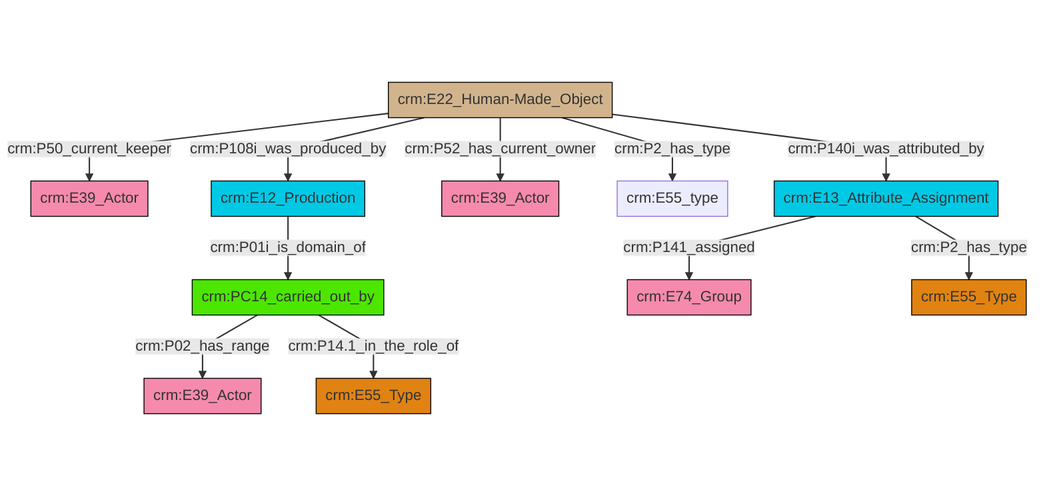
Before: et/artworkCSV/ttl/mmd/png/Artwork_Actor_Relations.png, a diagram exported from Mermaid (ncarboni/srdm). Its source is kept beside it as et/artworkCSV/ttl/mmd/Artwork_Actor_Relations.ttl.mmd. Its diagram source:
```mermaid
graph TD
classDef Literal fill:#f2f2f2,stroke:#000000;
classDef CRM_Entity fill:#FFFFFF,stroke:#000000;
classDef Temporal_Entity fill:#00C9E6, stroke:#000000;
classDef Type fill:#E18312, stroke:#000000;
classDef Time-Span fill:#2C9C91, stroke:#000000;
classDef Appellation fill:#FFEB7F, stroke:#000000;
classDef Place fill:#008836, stroke:#000000;
classDef Persistent_Item fill:#B266B2, stroke:#000000;
classDef Conceptual_Object fill:#FFD700, stroke:#000000;
classDef Physical_Thing fill:#D2B48C, stroke:#000000;
classDef Actor fill:#f58aad, stroke:#000000;
classDef PC_Classes fill:#4ce600, stroke:#000000;
classDef Multi fill:#cccccc,stroke:#000000;

0["crm:E22_Human-Made_Object"]:::Physical_Thing -->|crm:P50_current_keeper| 1["crm:E39_Actor"]:::Actor
0["crm:E22_Human-Made_Object"]:::Physical_Thing -->|crm:P140i_was_attributed_by| 2["crm:E13_Attribute_Assignment"]:::Temporal_Entity
2["crm:E13_Attribute_Assignment"]:::Temporal_Entity -->|crm:P141_assigned| 5["crm:E74_Group"]:::Actor
0["crm:E22_Human-Made_Object"]:::Physical_Thing -->|crm:P52_has_current_owner| 8["crm:E39_Actor"]:::Actor
3["crm:PC14_carried_out_by"]:::PC_Classes -->|crm:P02_has_range| 11["crm:E39_Actor"]:::Actor
2["crm:E13_Attribute_Assignment"]:::Temporal_Entity -->|crm:P2_has_type| 6["crm:E55_Type"]:::Type
3["crm:PC14_carried_out_by"]:::PC_Classes -->|crm:P14.1_in_the_role_of| 16["crm:E55_Type"]:::Type
0["crm:E22_Human-Made_Object"]:::Physical_Thing -->|crm:P2_has_type| 14["crm:E55_type"]:::Default
19["crm:E12_Production"]:::Temporal_Entity -->|crm:P01i_is_domain_of| 3["crm:PC14_carried_out_by"]:::PC_Classes
0["crm:E22_Human-Made_Object"]:::Physical_Thing -->|crm:P108i_was_produced_by| 19["crm:E12_Production"]:::Temporal_Entity
```
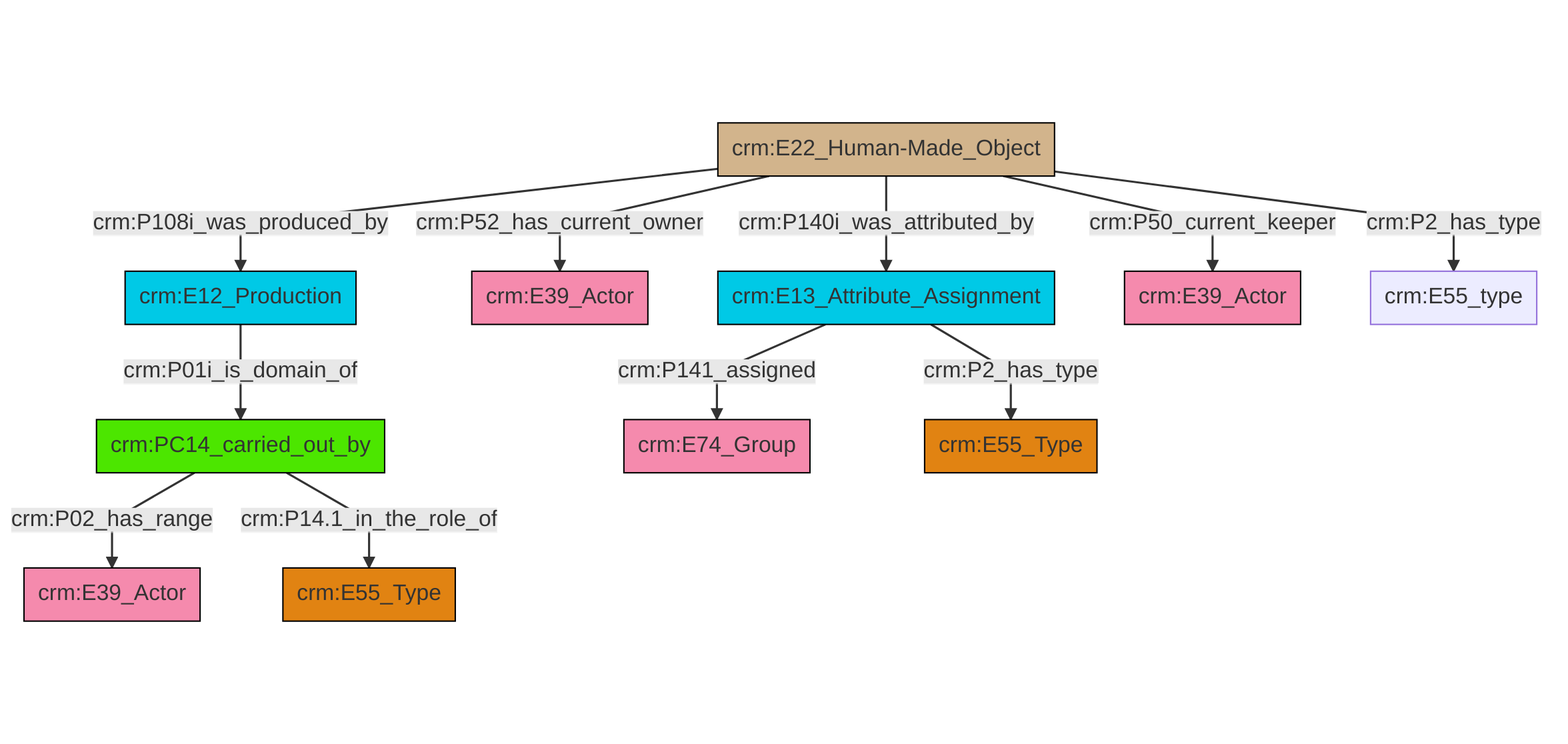
Later version of the same file.

Diff of the diagram source:
```diff
@@ -13,13 +13,13 @@
 classDef PC_Classes fill:#4ce600, stroke:#000000;
 classDef Multi fill:#cccccc,stroke:#000000;
 
-0["crm:E22_Human-Made_Object"]:::Physical_Thing -->|crm:P50_current_keeper| 1["crm:E39_Actor"]:::Actor
-0["crm:E22_Human-Made_Object"]:::Physical_Thing -->|crm:P140i_was_attributed_by| 2["crm:E13_Attribute_Assignment"]:::Temporal_Entity
-2["crm:E13_Attribute_Assignment"]:::Temporal_Entity -->|crm:P141_assigned| 5["crm:E74_Group"]:::Actor
-0["crm:E22_Human-Made_Object"]:::Physical_Thing -->|crm:P52_has_current_owner| 8["crm:E39_Actor"]:::Actor
-3["crm:PC14_carried_out_by"]:::PC_Classes -->|crm:P02_has_range| 11["crm:E39_Actor"]:::Actor
-2["crm:E13_Attribute_Assignment"]:::Temporal_Entity -->|crm:P2_has_type| 6["crm:E55_Type"]:::Type
-3["crm:PC14_carried_out_by"]:::PC_Classes -->|crm:P14.1_in_the_role_of| 16["crm:E55_Type"]:::Type
-0["crm:E22_Human-Made_Object"]:::Physical_Thing -->|crm:P2_has_type| 14["crm:E55_type"]:::Default
-19["crm:E12_Production"]:::Temporal_Entity -->|crm:P01i_is_domain_of| 3["crm:PC14_carried_out_by"]:::PC_Classes
-0["crm:E22_Human-Made_Object"]:::Physical_Thing -->|crm:P108i_was_produced_by| 19["crm:E12_Production"]:::Temporal_Entity
+4["crm:E22_Human-Made_Object"]:::Physical_Thing -->|crm:P108i_was_produced_by| 0["crm:E12_Production"]:::Temporal_Entity
+9["crm:PC14_carried_out_by"]:::PC_Classes -->|crm:P02_has_range| 7["crm:E39_Actor"]:::Actor
+4["crm:E22_Human-Made_Object"]:::Physical_Thing -->|crm:P52_has_current_owner| 5["crm:E39_Actor"]:::Actor
+9["crm:PC14_carried_out_by"]:::PC_Classes -->|crm:P14.1_in_the_role_of| 17["crm:E55_Type"]:::Type
+15["crm:E13_Attribute_Assignment"]:::Temporal_Entity -->|crm:P141_assigned| 18["crm:E74_Group"]:::Actor
+4["crm:E22_Human-Made_Object"]:::Physical_Thing -->|crm:P140i_was_attributed_by| 15["crm:E13_Attribute_Assignment"]:::Temporal_Entity
+0["crm:E12_Production"]:::Temporal_Entity -->|crm:P01i_is_domain_of| 9["crm:PC14_carried_out_by"]:::PC_Classes
+4["crm:E22_Human-Made_Object"]:::Physical_Thing -->|crm:P50_current_keeper| 13["crm:E39_Actor"]:::Actor
+15["crm:E13_Attribute_Assignment"]:::Temporal_Entity -->|crm:P2_has_type| 2["crm:E55_Type"]:::Type
+4["crm:E22_Human-Made_Object"]:::Physical_Thing -->|crm:P2_has_type| 11["crm:E55_type"]:::Default
```
